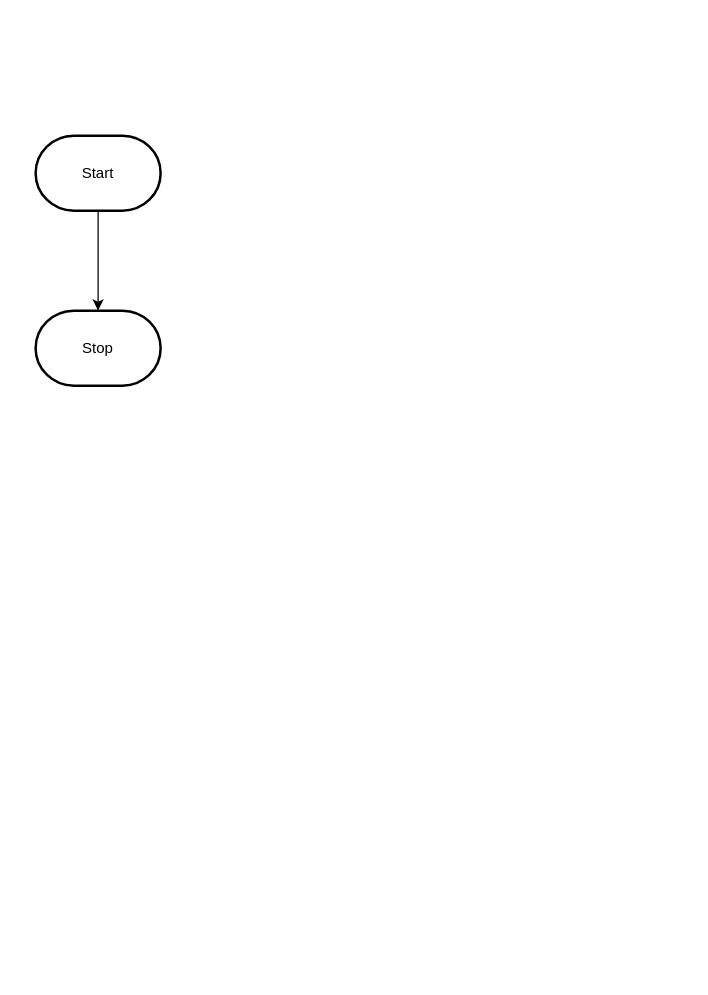
Above: design/flowchart.drawio in MTHS-ICD2O-1-2023/ICD2O-Assignment-04-giordan-zeina (draw.io), before the change. Source tidied: cells renumbered, new cells numbered last; positions are measured from the earlier drawing's top-left corner, leaving out a move shared by most shapes. Both pictures are drawn from the tidied source at 125%, with x=0, y=0 at pixel (35, 135).
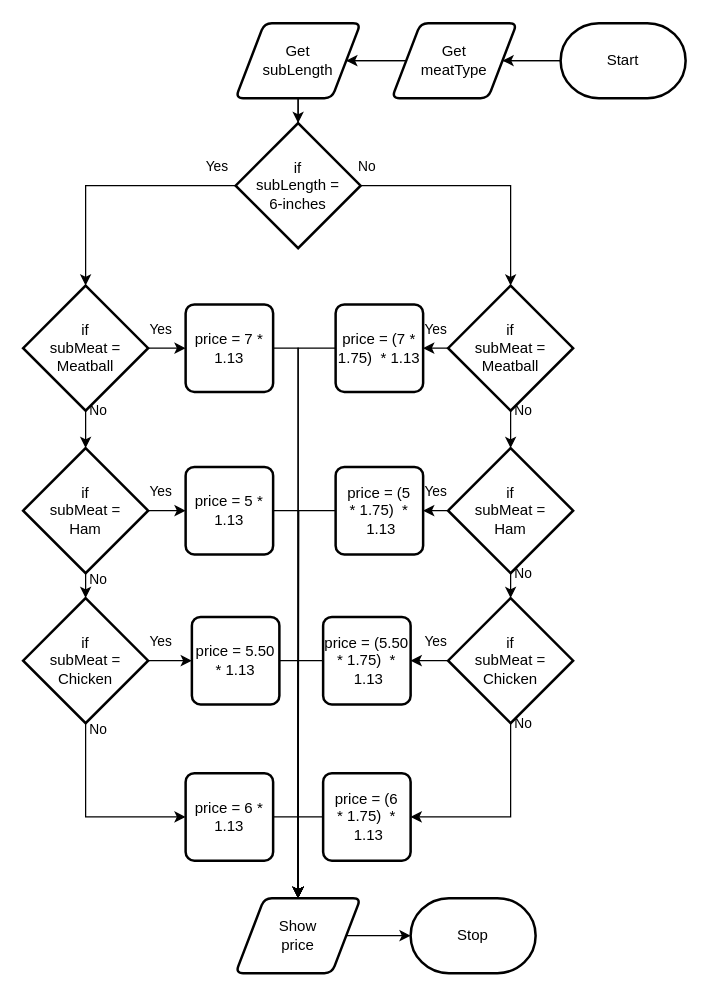
The same page after the edit.

Change to the diagram source:
```diff
@@
-    <mxCell id="2" style="edgeStyle=orthogonalEdgeStyle;html=1;rounded=0;" parent="1" edge="1" source="3" target="4">
-      <mxGeometry relative="1" as="geometry" />
-    </mxCell>
+    <mxCell id="5" style="edgeStyle=none;html=1;" parent="1" edge="1" source="3" target="8">
+      <mxGeometry relative="1" as="geometry" />
+    </mxCell>
     <mxCell id="3" value="Start" style="strokeWidth=2;html=1;shape=mxgraph.flowchart.terminator;whiteSpace=wrap;" parent="1" vertex="1">
-      <mxGeometry width="100" height="60" as="geometry" />
+      <mxGeometry x="420" y="-90" width="100" height="60" as="geometry" />
     </mxCell>
     <mxCell id="4" value="Stop" style="strokeWidth=2;html=1;shape=mxgraph.flowchart.terminator;whiteSpace=wrap;" parent="1" vertex="1">
-      <mxGeometry y="140" width="100" height="60" as="geometry" />
+      <mxGeometry x="300" y="610" width="100" height="60" as="geometry" />
     </mxCell>
+    <mxCell id="6" style="edgeStyle=orthogonalEdgeStyle;html=1;rounded=0;endArrow=none;" parent="1" edge="1" source="3" target="8">
+      <mxGeometry relative="1" as="geometry" />
+    </mxCell>
+    <mxCell id="7" style="edgeStyle=none;html=1;" parent="1" edge="1" source="8" target="11">
+      <mxGeometry relative="1" as="geometry" />
+    </mxCell>
+    <mxCell id="8" value="Get&lt;br&gt;meatType" style="shape=parallelogram;html=1;strokeWidth=2;perimeter=parallelogramPerimeter;whiteSpace=wrap;rounded=1;arcSize=12;size=0.23;" parent="1" vertex="1">
+      <mxGeometry x="285" y="-90" width="100" height="60" as="geometry" />
+    </mxCell>
+    <mxCell id="9" style="edgeStyle=orthogonalEdgeStyle;html=1;rounded=0;startArrow=none;endArrow=none;" parent="1" edge="1" source="8" target="11">
+      <mxGeometry relative="1" as="geometry" />
+    </mxCell>
+    <mxCell id="10" style="edgeStyle=none;html=1;" parent="1" edge="1" source="11" target="15">
+      <mxGeometry relative="1" as="geometry" />
+    </mxCell>
+    <mxCell id="11" value="Get&lt;br&gt;subLength" style="shape=parallelogram;html=1;strokeWidth=2;perimeter=parallelogramPerimeter;whiteSpace=wrap;rounded=1;arcSize=12;size=0.23;" parent="1" vertex="1">
+      <mxGeometry x="160" y="-90" width="100" height="60" as="geometry" />
+    </mxCell>
+    <mxCell id="12" style="edgeStyle=orthogonalEdgeStyle;html=1;rounded=0;startArrow=none;endArrow=none;" parent="1" edge="1" source="11" target="15">
+      <mxGeometry relative="1" as="geometry" />
+    </mxCell>
+    <mxCell id="13" style="edgeStyle=orthogonalEdgeStyle;html=1;entryX=0.5;entryY=0;entryDx=0;entryDy=0;entryPerimeter=0;rounded=0;" parent="1" edge="1" source="15" target="18">
+      <mxGeometry relative="1" as="geometry" />
+    </mxCell>
+    <mxCell id="14" style="edgeStyle=orthogonalEdgeStyle;shape=connector;rounded=0;html=1;entryX=0.5;entryY=0;entryDx=0;entryDy=0;entryPerimeter=0;labelBackgroundColor=default;strokeColor=default;fontFamily=Helvetica;fontSize=11;fontColor=default;endArrow=classic;" parent="1" edge="1" source="15" target="29">
+      <mxGeometry relative="1" as="geometry" />
+    </mxCell>
+    <mxCell id="15" value="if&lt;br&gt;subLength =&lt;br&gt;6-inches" style="strokeWidth=2;html=1;shape=mxgraph.flowchart.decision;whiteSpace=wrap;" parent="1" vertex="1">
+      <mxGeometry x="160" y="-10" width="100" height="100" as="geometry" />
+    </mxCell>
+    <mxCell id="16" style="edgeStyle=orthogonalEdgeStyle;shape=connector;rounded=0;html=1;labelBackgroundColor=default;strokeColor=default;fontFamily=Helvetica;fontSize=11;fontColor=default;endArrow=classic;" parent="1" edge="1" source="18" target="21">
+      <mxGeometry relative="1" as="geometry" />
+    </mxCell>
+    <mxCell id="17" style="edgeStyle=orthogonalEdgeStyle;shape=connector;rounded=0;html=1;entryX=0;entryY=0.5;entryDx=0;entryDy=0;labelBackgroundColor=default;strokeColor=default;fontFamily=Helvetica;fontSize=11;fontColor=default;endArrow=classic;" parent="1" edge="1" source="18" target="26">
+      <mxGeometry relative="1" as="geometry" />
+    </mxCell>
+    <mxCell id="18" value="if&lt;br&gt;subMeat =&lt;br&gt;Meatball" style="strokeWidth=2;html=1;shape=mxgraph.flowchart.decision;whiteSpace=wrap;" parent="1" vertex="1">
+      <mxGeometry x="-10" y="120" width="100" height="100" as="geometry" />
+    </mxCell>
+    <mxCell id="19" style="edgeStyle=orthogonalEdgeStyle;shape=connector;rounded=0;html=1;labelBackgroundColor=default;strokeColor=default;fontFamily=Helvetica;fontSize=11;fontColor=default;endArrow=classic;" parent="1" edge="1" source="21" target="24">
+      <mxGeometry relative="1" as="geometry" />
+    </mxCell>
+    <mxCell id="20" style="edgeStyle=orthogonalEdgeStyle;shape=connector;rounded=0;html=1;labelBackgroundColor=default;strokeColor=default;fontFamily=Helvetica;fontSize=11;fontColor=default;endArrow=classic;" parent="1" edge="1" source="21" target="39">
+      <mxGeometry relative="1" as="geometry" />
+    </mxCell>
+    <mxCell id="21" value="if&lt;br&gt;subMeat =&lt;br&gt;Ham" style="strokeWidth=2;html=1;shape=mxgraph.flowchart.decision;whiteSpace=wrap;" parent="1" vertex="1">
+      <mxGeometry x="-10" y="250" width="100" height="100" as="geometry" />
+    </mxCell>
+    <mxCell id="22" style="edgeStyle=orthogonalEdgeStyle;shape=connector;rounded=0;html=1;entryX=0;entryY=0.5;entryDx=0;entryDy=0;labelBackgroundColor=default;strokeColor=default;fontFamily=Helvetica;fontSize=11;fontColor=default;endArrow=classic;exitX=0.5;exitY=1;exitDx=0;exitDy=0;exitPerimeter=0;" parent="1" edge="1" source="24" target="47">
+      <mxGeometry relative="1" as="geometry" />
+    </mxCell>
+    <mxCell id="23" style="edgeStyle=orthogonalEdgeStyle;shape=connector;rounded=0;html=1;labelBackgroundColor=default;strokeColor=default;fontFamily=Helvetica;fontSize=11;fontColor=default;endArrow=classic;" parent="1" edge="1" source="24" target="45">
+      <mxGeometry relative="1" as="geometry" />
+    </mxCell>
+    <mxCell id="24" value="if&lt;br&gt;subMeat =&lt;br&gt;Chicken" style="strokeWidth=2;html=1;shape=mxgraph.flowchart.decision;whiteSpace=wrap;" parent="1" vertex="1">
+      <mxGeometry x="-10" y="370" width="100" height="100" as="geometry" />
+    </mxCell>
+    <mxCell id="25" style="edgeStyle=orthogonalEdgeStyle;shape=connector;rounded=0;html=1;entryX=0.5;entryY=0;entryDx=0;entryDy=0;labelBackgroundColor=default;strokeColor=default;fontFamily=Helvetica;fontSize=11;fontColor=default;endArrow=classic;" parent="1" edge="1" source="26" target="51">
+      <mxGeometry relative="1" as="geometry">
+        <Array as="points">
+          <mxPoint x="210" y="170" />
+        </Array>
+      </mxGeometry>
+    </mxCell>
+    <mxCell id="26" value="price = 7 * 1.13" style="rounded=1;whiteSpace=wrap;html=1;absoluteArcSize=1;arcSize=14;strokeWidth=2;" parent="1" vertex="1">
+      <mxGeometry x="120" y="135" width="70" height="70" as="geometry" />
+    </mxCell>
+    <mxCell id="27" style="edgeStyle=orthogonalEdgeStyle;shape=connector;rounded=0;html=1;labelBackgroundColor=default;strokeColor=default;fontFamily=Helvetica;fontSize=11;fontColor=default;endArrow=classic;" parent="1" edge="1" source="29" target="37">
+      <mxGeometry relative="1" as="geometry" />
+    </mxCell>
+    <mxCell id="28" style="edgeStyle=orthogonalEdgeStyle;shape=connector;rounded=0;html=1;entryX=0.5;entryY=0;entryDx=0;entryDy=0;entryPerimeter=0;labelBackgroundColor=default;strokeColor=default;fontFamily=Helvetica;fontSize=11;fontColor=default;endArrow=classic;" parent="1" edge="1" source="29" target="32">
+      <mxGeometry relative="1" as="geometry" />
+    </mxCell>
+    <mxCell id="29" value="if&lt;br&gt;subMeat =&lt;br&gt;Meatball" style="strokeWidth=2;html=1;shape=mxgraph.flowchart.decision;whiteSpace=wrap;" parent="1" vertex="1">
+      <mxGeometry x="330" y="120" width="100" height="100" as="geometry" />
+    </mxCell>
+    <mxCell id="30" style="edgeStyle=orthogonalEdgeStyle;shape=connector;rounded=0;html=1;labelBackgroundColor=default;strokeColor=default;fontFamily=Helvetica;fontSize=11;fontColor=default;endArrow=classic;" parent="1" edge="1" source="32" target="35">
+      <mxGeometry relative="1" as="geometry" />
+    </mxCell>
+    <mxCell id="31" style="edgeStyle=orthogonalEdgeStyle;shape=connector;rounded=0;html=1;labelBackgroundColor=default;strokeColor=default;fontFamily=Helvetica;fontSize=11;fontColor=default;endArrow=classic;" parent="1" edge="1" source="32" target="41">
+      <mxGeometry relative="1" as="geometry" />
+    </mxCell>
+    <mxCell id="32" value="if&lt;br&gt;subMeat =&lt;br&gt;Ham" style="strokeWidth=2;html=1;shape=mxgraph.flowchart.decision;whiteSpace=wrap;" parent="1" vertex="1">
+      <mxGeometry x="330" y="250" width="100" height="100" as="geometry" />
+    </mxCell>
+    <mxCell id="33" style="edgeStyle=orthogonalEdgeStyle;shape=connector;rounded=0;html=1;exitX=0.5;exitY=1;exitDx=0;exitDy=0;exitPerimeter=0;entryX=1;entryY=0.5;entryDx=0;entryDy=0;labelBackgroundColor=default;strokeColor=default;fontFamily=Helvetica;fontSize=11;fontColor=default;endArrow=classic;" parent="1" edge="1" source="35" target="49">
+      <mxGeometry relative="1" as="geometry" />
+    </mxCell>
+    <mxCell id="34" style="edgeStyle=orthogonalEdgeStyle;shape=connector;rounded=0;html=1;labelBackgroundColor=default;strokeColor=default;fontFamily=Helvetica;fontSize=11;fontColor=default;endArrow=classic;" parent="1" edge="1" source="35" target="43">
+      <mxGeometry relative="1" as="geometry" />
+    </mxCell>
+    <mxCell id="35" value="if&lt;br&gt;subMeat =&lt;br&gt;Chicken" style="strokeWidth=2;html=1;shape=mxgraph.flowchart.decision;whiteSpace=wrap;" parent="1" vertex="1">
+      <mxGeometry x="330" y="370" width="100" height="100" as="geometry" />
+    </mxCell>
+    <mxCell id="36" style="edgeStyle=orthogonalEdgeStyle;shape=connector;rounded=0;html=1;entryX=0.5;entryY=0;entryDx=0;entryDy=0;labelBackgroundColor=default;strokeColor=default;fontFamily=Helvetica;fontSize=11;fontColor=default;endArrow=classic;" parent="1" edge="1" source="37" target="51">
+      <mxGeometry relative="1" as="geometry">
+        <Array as="points">
+          <mxPoint x="210" y="170" />
+        </Array>
+      </mxGeometry>
+    </mxCell>
+    <mxCell id="37" value="price = (7 * 1.75)&amp;nbsp; * 1.13" style="rounded=1;whiteSpace=wrap;html=1;absoluteArcSize=1;arcSize=14;strokeWidth=2;" parent="1" vertex="1">
+      <mxGeometry x="240" y="135" width="70" height="70" as="geometry" />
+    </mxCell>
+    <mxCell id="38" style="edgeStyle=orthogonalEdgeStyle;shape=connector;rounded=0;html=1;entryX=0.5;entryY=0;entryDx=0;entryDy=0;labelBackgroundColor=default;strokeColor=default;fontFamily=Helvetica;fontSize=11;fontColor=default;endArrow=classic;" parent="1" edge="1" source="39" target="51">
+      <mxGeometry relative="1" as="geometry">
+        <Array as="points">
+          <mxPoint x="210" y="300" />
+        </Array>
+      </mxGeometry>
+    </mxCell>
+    <mxCell id="39" value="price = 5 * 1.13" style="rounded=1;whiteSpace=wrap;html=1;absoluteArcSize=1;arcSize=14;strokeWidth=2;" parent="1" vertex="1">
+      <mxGeometry x="120" y="265" width="70" height="70" as="geometry" />
+    </mxCell>
+    <mxCell id="40" style="edgeStyle=orthogonalEdgeStyle;shape=connector;rounded=0;html=1;labelBackgroundColor=default;strokeColor=default;fontFamily=Helvetica;fontSize=11;fontColor=default;endArrow=classic;" parent="1" edge="1" source="41">
+      <mxGeometry relative="1" as="geometry">
+        <mxPoint x="210" y="610" as="targetPoint" />
+      </mxGeometry>
+    </mxCell>
+    <mxCell id="41" value="price = (5 *&amp;nbsp;1.75)&amp;nbsp; *&lt;br&gt;&amp;nbsp;1.13" style="rounded=1;whiteSpace=wrap;html=1;absoluteArcSize=1;arcSize=14;strokeWidth=2;" parent="1" vertex="1">
+      <mxGeometry x="240" y="265" width="70" height="70" as="geometry" />
+    </mxCell>
+    <mxCell id="42" style="edgeStyle=orthogonalEdgeStyle;shape=connector;rounded=0;html=1;entryX=0.5;entryY=0;entryDx=0;entryDy=0;labelBackgroundColor=default;strokeColor=default;fontFamily=Helvetica;fontSize=11;fontColor=default;endArrow=classic;" parent="1" edge="1" source="43" target="51">
+      <mxGeometry relative="1" as="geometry">
+        <Array as="points">
+          <mxPoint x="210" y="420" />
+        </Array>
+      </mxGeometry>
+    </mxCell>
+    <mxCell id="43" value="price = (5.50 *&amp;nbsp;1.75)&amp;nbsp; *&lt;br&gt;&amp;nbsp;1.13" style="rounded=1;whiteSpace=wrap;html=1;absoluteArcSize=1;arcSize=14;strokeWidth=2;" parent="1" vertex="1">
+      <mxGeometry x="230" y="385" width="70" height="70" as="geometry" />
+    </mxCell>
+    <mxCell id="44" style="edgeStyle=orthogonalEdgeStyle;shape=connector;rounded=0;html=1;entryX=0.5;entryY=0;entryDx=0;entryDy=0;labelBackgroundColor=default;strokeColor=default;fontFamily=Helvetica;fontSize=11;fontColor=default;endArrow=classic;" parent="1" edge="1" source="45" target="51">
+      <mxGeometry relative="1" as="geometry">
+        <Array as="points">
+          <mxPoint x="210" y="420" />
+        </Array>
+      </mxGeometry>
+    </mxCell>
+    <mxCell id="45" value="price = 5.50 * 1.13" style="rounded=1;whiteSpace=wrap;html=1;absoluteArcSize=1;arcSize=14;strokeWidth=2;" parent="1" vertex="1">
+      <mxGeometry x="125" y="385" width="70" height="70" as="geometry" />
+    </mxCell>
+    <mxCell id="46" style="edgeStyle=orthogonalEdgeStyle;shape=connector;rounded=0;html=1;entryX=0.5;entryY=0;entryDx=0;entryDy=0;labelBackgroundColor=default;strokeColor=default;fontFamily=Helvetica;fontSize=11;fontColor=default;endArrow=classic;exitX=1;exitY=0.5;exitDx=0;exitDy=0;" parent="1" edge="1" source="47" target="51">
+      <mxGeometry relative="1" as="geometry" />
+    </mxCell>
+    <mxCell id="47" value="price = 6 * 1.13" style="rounded=1;whiteSpace=wrap;html=1;absoluteArcSize=1;arcSize=14;strokeWidth=2;" parent="1" vertex="1">
+      <mxGeometry x="120" y="510" width="70" height="70" as="geometry" />
+    </mxCell>
+    <mxCell id="48" style="edgeStyle=orthogonalEdgeStyle;shape=connector;rounded=0;html=1;labelBackgroundColor=default;strokeColor=default;fontFamily=Helvetica;fontSize=11;fontColor=default;endArrow=classic;entryX=0.5;entryY=0;entryDx=0;entryDy=0;exitX=0;exitY=0.5;exitDx=0;exitDy=0;" parent="1" edge="1" source="49" target="51">
+      <mxGeometry relative="1" as="geometry" />
+    </mxCell>
+    <mxCell id="49" value="price = (6 *&amp;nbsp;1.75)&amp;nbsp; *&lt;br&gt;&amp;nbsp;1.13" style="rounded=1;whiteSpace=wrap;html=1;absoluteArcSize=1;arcSize=14;strokeWidth=2;" parent="1" vertex="1">
+      <mxGeometry x="230" y="510" width="70" height="70" as="geometry" />
+    </mxCell>
+    <mxCell id="50" style="edgeStyle=orthogonalEdgeStyle;shape=connector;rounded=0;html=1;labelBackgroundColor=default;strokeColor=default;fontFamily=Helvetica;fontSize=11;fontColor=default;endArrow=classic;" parent="1" edge="1" source="51" target="4">
+      <mxGeometry relative="1" as="geometry" />
+    </mxCell>
+    <mxCell id="51" value="Show&lt;br&gt;price" style="shape=parallelogram;html=1;strokeWidth=2;perimeter=parallelogramPerimeter;whiteSpace=wrap;rounded=1;arcSize=12;size=0.23;" parent="1" vertex="1">
+      <mxGeometry x="160" y="610" width="100" height="60" as="geometry" />
+    </mxCell>
+    <mxCell id="52" value="Yes" style="text;html=1;align=center;verticalAlign=middle;strokeColor=none;fillColor=none;fontSize=11;fontFamily=Helvetica;fontColor=default;" parent="1" vertex="1">
+      <mxGeometry x="125" y="10" width="40" height="30" as="geometry" />
+    </mxCell>
+    <mxCell id="53" value="Yes" style="text;html=1;align=center;verticalAlign=middle;strokeColor=none;fillColor=none;fontSize=11;fontFamily=Helvetica;fontColor=default;" parent="1" vertex="1">
+      <mxGeometry x="80" y="140" width="40" height="30" as="geometry" />
+    </mxCell>
+    <mxCell id="54" value="Yes" style="text;html=1;align=center;verticalAlign=middle;strokeColor=none;fillColor=none;fontSize=11;fontFamily=Helvetica;fontColor=default;" parent="1" vertex="1">
+      <mxGeometry x="80" y="270" width="40" height="30" as="geometry" />
+    </mxCell>
+    <mxCell id="55" value="Yes" style="text;html=1;align=center;verticalAlign=middle;strokeColor=none;fillColor=none;fontSize=11;fontFamily=Helvetica;fontColor=default;" parent="1" vertex="1">
+      <mxGeometry x="80" y="390" width="40" height="30" as="geometry" />
+    </mxCell>
+    <mxCell id="56" value="Yes" style="text;html=1;align=center;verticalAlign=middle;strokeColor=none;fillColor=none;fontSize=11;fontFamily=Helvetica;fontColor=default;" parent="1" vertex="1">
+      <mxGeometry x="300" y="140" width="40" height="30" as="geometry" />
+    </mxCell>
+    <mxCell id="57" value="Yes" style="text;html=1;align=center;verticalAlign=middle;strokeColor=none;fillColor=none;fontSize=11;fontFamily=Helvetica;fontColor=default;" parent="1" vertex="1">
+      <mxGeometry x="300" y="270" width="40" height="30" as="geometry" />
+    </mxCell>
+    <mxCell id="58" value="Yes" style="text;html=1;align=center;verticalAlign=middle;strokeColor=none;fillColor=none;fontSize=11;fontFamily=Helvetica;fontColor=default;" parent="1" vertex="1">
+      <mxGeometry x="300" y="390" width="40" height="30" as="geometry" />
+    </mxCell>
+    <mxCell id="59" value="No" style="text;html=1;align=center;verticalAlign=middle;strokeColor=none;fillColor=none;fontSize=11;fontFamily=Helvetica;fontColor=default;" parent="1" vertex="1">
+      <mxGeometry x="245" y="10" width="40" height="30" as="geometry" />
+    </mxCell>
+    <mxCell id="60" value="No" style="text;html=1;align=center;verticalAlign=middle;strokeColor=none;fillColor=none;fontSize=11;fontFamily=Helvetica;fontColor=default;" parent="1" vertex="1">
+      <mxGeometry x="370" y="205" width="40" height="30" as="geometry" />
+    </mxCell>
+    <mxCell id="61" value="No" style="text;html=1;align=center;verticalAlign=middle;strokeColor=none;fillColor=none;fontSize=11;fontFamily=Helvetica;fontColor=default;" parent="1" vertex="1">
+      <mxGeometry x="370" y="335" width="40" height="30" as="geometry" />
+    </mxCell>
+    <mxCell id="62" value="No" style="text;html=1;align=center;verticalAlign=middle;strokeColor=none;fillColor=none;fontSize=11;fontFamily=Helvetica;fontColor=default;" parent="1" vertex="1">
+      <mxGeometry x="370" y="455" width="40" height="30" as="geometry" />
+    </mxCell>
+    <mxCell id="63" value="No" style="text;html=1;align=center;verticalAlign=middle;strokeColor=none;fillColor=none;fontSize=11;fontFamily=Helvetica;fontColor=default;" parent="1" vertex="1">
+      <mxGeometry x="30" y="205" width="40" height="30" as="geometry" />
+    </mxCell>
+    <mxCell id="64" value="No" style="text;html=1;align=center;verticalAlign=middle;strokeColor=none;fillColor=none;fontSize=11;fontFamily=Helvetica;fontColor=default;" parent="1" vertex="1">
+      <mxGeometry x="30" y="340" width="40" height="30" as="geometry" />
+    </mxCell>
+    <mxCell id="65" value="No" style="text;html=1;align=center;verticalAlign=middle;strokeColor=none;fillColor=none;fontSize=11;fontFamily=Helvetica;fontColor=default;" parent="1" vertex="1">
+      <mxGeometry x="30" y="460" width="40" height="30" as="geometry" />
+    </mxCell>
```
